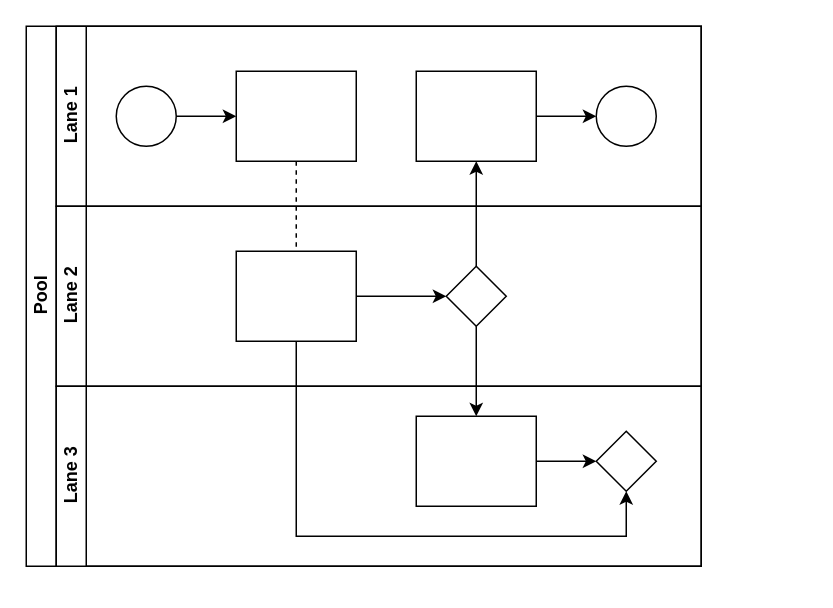
Earlier version of the draw.io diagram Untitled Diagram.drawio (ibut/draw). Source tidied: cells renumbered, new cells numbered last; positions are measured from the earlier drawing's top-left corner, leaving out a move shared by most shapes. Both pictures are drawn from the tidied source at 150%, with x=0, y=0 at pixel (26, 26).
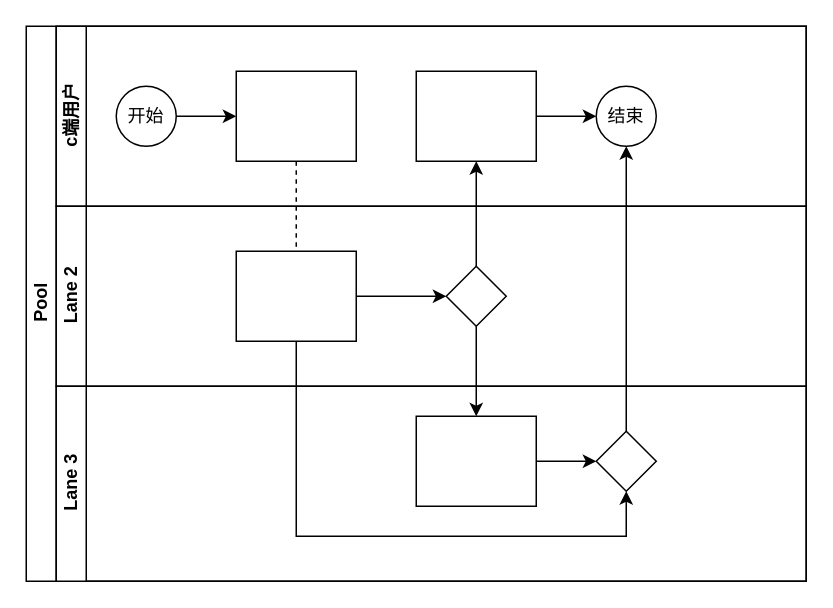
The same diagram, later.

What changed in the source:
```diff
@@
     <mxCell id="2" value="Pool" style="swimlane;html=1;horizontal=0;startSize=20;" parent="1" vertex="1">
-      <mxGeometry width="450" height="360" as="geometry" />
+      <mxGeometry width="520" height="370" as="geometry" />
     </mxCell>
@@
-    <mxCell id="7" value="Lane 1" style="swimlane;html=1;startSize=20;horizontal=0;" parent="2" vertex="1">
-      <mxGeometry x="20" width="430" height="120" as="geometry" />
+    <mxCell id="7" value="c端用户" style="swimlane;html=1;startSize=20;horizontal=0;" parent="2" vertex="1">
+      <mxGeometry x="20" width="500" height="120" as="geometry" />
     </mxCell>
@@
-    <mxCell id="9" style="ellipse;whiteSpace=wrap;html=1;" parent="7" vertex="1">
+    <mxCell id="9" value="开始" style="ellipse;whiteSpace=wrap;html=1;" parent="7" vertex="1">
       <mxGeometry x="40" y="40" width="40" height="40" as="geometry" />
     </mxCell>
@@
-    <mxCell id="13" style="ellipse;whiteSpace=wrap;html=1;" parent="7" vertex="1">
+    <mxCell id="13" value="结束" style="ellipse;whiteSpace=wrap;html=1;" parent="7" vertex="1">
       <mxGeometry x="360" y="40" width="40" height="40" as="geometry" />
     </mxCell>
     <mxCell id="14" value="Lane 2" style="swimlane;html=1;startSize=20;horizontal=0;" parent="2" vertex="1">
-      <mxGeometry x="20" y="120" width="430" height="120" as="geometry" />
+      <mxGeometry x="20" y="120" width="500" height="120" as="geometry" />
     </mxCell>
@@
+    <mxCell id="22" style="endArrow=classic;html=1;rounded=0;" parent="14" edge="1">
+      <mxGeometry relative="1" as="geometry">
+        <mxPoint x="380" y="150" as="sourcePoint" />
+        <mxPoint x="380" y="-40" as="targetPoint" />
+      </mxGeometry>
+    </mxCell>
     <mxCell id="18" value="Lane 3" style="swimlane;html=1;startSize=20;horizontal=0;" parent="2" vertex="1">
-      <mxGeometry x="20" y="240" width="430" height="120" as="geometry" />
+      <mxGeometry x="20" y="240" width="500" height="130" as="geometry" />
     </mxCell>
```
